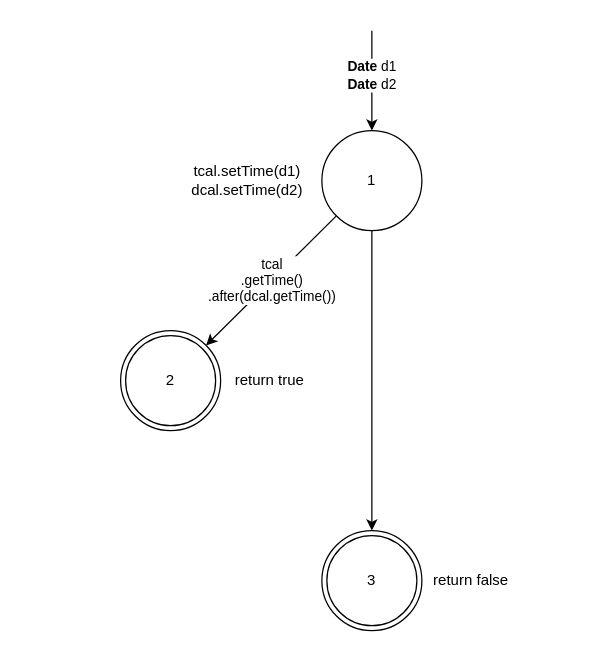
Above: assignment2/docs/CFG net.sf.borg.common.DateUtil.isAfter.drawio in DandyEnders/EECS4313 (draw.io), before the change. Source tidied: cells renumbered, new cells numbered last; positions are measured from the earlier drawing's top-left corner, leaving out a move shared by most shapes. Both pictures are drawn from the tidied source at 125%, with x=0, y=0 at pixel (120, 30).
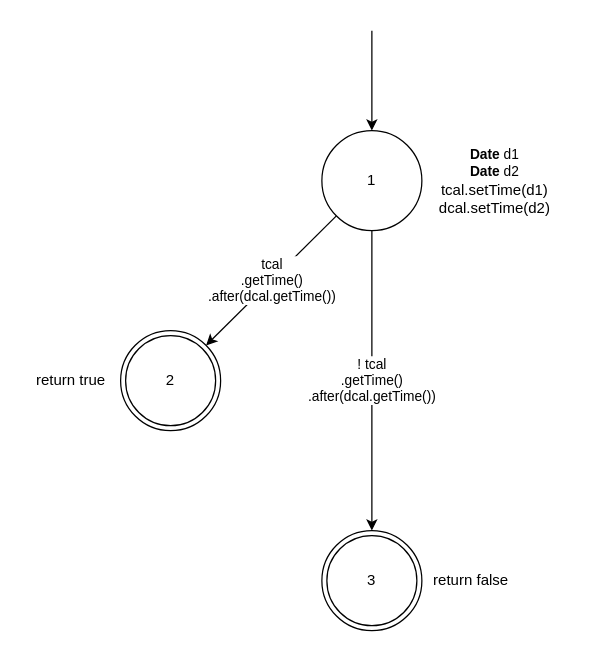
Above is the later version.

Change to the diagram source:
```diff
@@
 <mxGraphModel>
   <root>
     <mxCell id="0" />
     <mxCell id="1" parent="0" />
     <mxCell id="2" value="tcal&lt;br&gt;.getTime()&lt;br&gt;.after(dcal.getTime())" style="edgeStyle=none;rounded=0;jettySize=auto;html=1;" parent="1" edge="1" source="4" target="7">
       <mxGeometry relative="1" as="geometry" />
     </mxCell>
-    <mxCell id="3" style="edgeStyle=none;rounded=0;jettySize=auto;html=1;" parent="1" edge="1" source="4" target="6">
+    <mxCell id="3" value="! tcal&lt;br&gt;.getTime()&lt;br&gt;.after(dcal.getTime())" style="edgeStyle=none;rounded=0;jettySize=auto;html=1;" parent="1" edge="1" source="4" target="6">
       <mxGeometry relative="1" as="geometry" />
     </mxCell>
     <mxCell id="4" value="1" style="ellipse;whiteSpace=wrap;html=1;" parent="1" vertex="1">
       <mxGeometry x="161" y="80" width="80" height="80" as="geometry" />
     </mxCell>
-    <mxCell id="5" value="&lt;b&gt;Date &lt;/b&gt;d1&lt;br&gt;&lt;b&gt;Date &lt;/b&gt;d2" style="endArrow=classic;html=1;entryX=0.5;entryY=0;entryDx=0;entryDy=0;" parent="1" edge="1" target="4">
+    <mxCell id="5" style="endArrow=classic;html=1;entryX=0.5;entryY=0;entryDx=0;entryDy=0;" parent="1" edge="1" target="4">
       <mxGeometry x="-0.11" relative="1" as="geometry">
         <mxPoint x="201" as="sourcePoint" />
       </mxGeometry>
     </mxCell>
     <mxCell id="6" value="3" style="ellipse;shape=doubleEllipse;whiteSpace=wrap;html=1;" parent="1" vertex="1">
       <mxGeometry x="161" y="400" width="80" height="80" as="geometry" />
     </mxCell>
     <mxCell id="7" value="2" style="ellipse;shape=doubleEllipse;whiteSpace=wrap;html=1;" parent="1" vertex="1">
       <mxGeometry y="240" width="80" height="80" as="geometry" />
     </mxCell>
-    <mxCell id="8" value="tcal.setTime(d1)&lt;br&gt;dcal.setTime(d2)" style="text;html=1;strokeColor=none;fillColor=none;align=center;verticalAlign=middle;whiteSpace=wrap;rounded=0;" parent="1" vertex="1">
-      <mxGeometry x="42" y="100" width="119" height="40" as="geometry" />
+    <mxCell id="8" value="&lt;b style=&quot;font-size: 11px&quot;&gt;Date&amp;nbsp;&lt;/b&gt;&lt;span style=&quot;font-size: 11px ; background-color: rgb(255 , 255 , 255)&quot;&gt;d1&lt;/span&gt;&lt;br style=&quot;font-size: 11px&quot;&gt;&lt;b style=&quot;font-size: 11px&quot;&gt;Date&amp;nbsp;&lt;/b&gt;&lt;span style=&quot;font-size: 11px ; background-color: rgb(255 , 255 , 255)&quot;&gt;d2&lt;/span&gt;&lt;br&gt;tcal.setTime(d1)&lt;br&gt;dcal.setTime(d2)" style="text;html=1;strokeColor=none;fillColor=none;align=center;verticalAlign=middle;whiteSpace=wrap;rounded=0;" parent="1" vertex="1">
+      <mxGeometry x="240" y="80" width="119" height="80" as="geometry" />
     </mxCell>
     <mxCell id="9" value="return false" style="text;html=1;strokeColor=none;fillColor=none;align=center;verticalAlign=middle;whiteSpace=wrap;rounded=0;" parent="1" vertex="1">
       <mxGeometry x="241" y="430" width="79" height="20" as="geometry" />
     </mxCell>
     <mxCell id="10" value="return true" style="text;html=1;strokeColor=none;fillColor=none;align=center;verticalAlign=middle;whiteSpace=wrap;rounded=0;" parent="1" vertex="1">
-      <mxGeometry x="80" y="270" width="79" height="20" as="geometry" />
+      <mxGeometry x="-79" y="270" width="79" height="20" as="geometry" />
     </mxCell>
   </root>
 </mxGraphModel>
```
